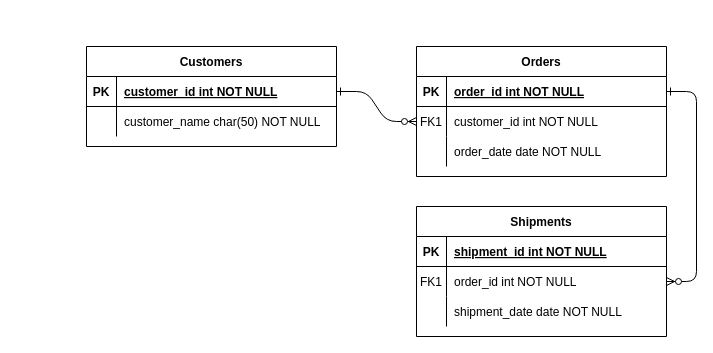
Earlier version of the draw.io diagram Untitled Diagram.drawio (Hasyahaz/ERD). Source tidied: cells renumbered, new cells numbered last; positions are measured from the earlier drawing's top-left corner, leaving out a move shared by most shapes. Both pictures are drawn from the tidied source at 100%, with x=0, y=0 at pixel (86, 46).
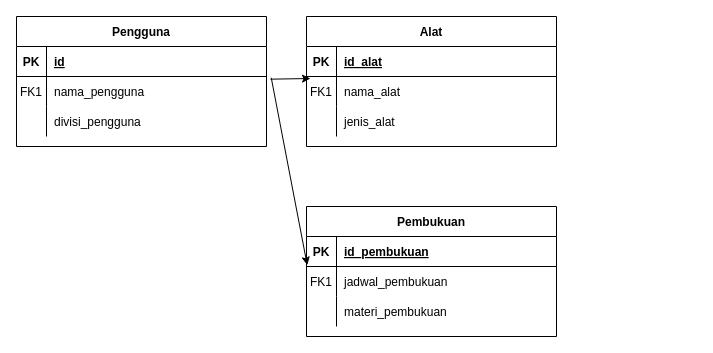
The same page after the edit.

The change refers to these unchanged cells:
```xml
<mxCell id="5" style="shape=partialRectangle;fillColor=none;points=[[0,0.5],[1,0.5]];portConstraint=eastwest;top=0;left=0;right=0;bottom=1;" parent="4" vertex="1">
  <mxGeometry y="30" width="250" height="30" as="geometry" />
</mxCell>
<mxCell id="8" style="shape=partialRectangle;fillColor=none;points=[[0,0.5],[1,0.5]];portConstraint=eastwest;top=0;left=0;right=0;bottom=0;" parent="4" vertex="1">
  <mxGeometry y="60" width="250" height="30" as="geometry" />
</mxCell>
<mxCell id="11" style="shape=partialRectangle;fillColor=none;top=0;left=0;right=0;bottom=0;" parent="4" vertex="1">
  <mxGeometry y="90" width="250" height="30" as="geometry" />
</mxCell>
<mxCell id="15" style="shape=partialRectangle;fillColor=none;top=0;left=0;right=0;bottom=1;" parent="14" vertex="1">
  <mxGeometry y="30" width="250" height="30" as="geometry" />
</mxCell>
<mxCell id="18" style="shape=partialRectangle;fillColor=none;points=[[0,0.5],[1,0.5]];portConstraint=eastwest;top=0;left=0;right=0;bottom=0;" parent="14" vertex="1">
  <mxGeometry y="60" width="250" height="30" as="geometry" />
</mxCell>
<mxCell id="21" style="shape=partialRectangle;fillColor=none;top=0;left=0;right=0;bottom=0;" parent="14" vertex="1">
  <mxGeometry y="90" width="250" height="30" as="geometry" />
</mxCell>
```

What changed in the source:
```diff
@@
-    <mxCell id="2" style="edgeStyle=entityRelationEdgeStyle;endArrow=ERzeroToMany;startArrow=ERone;endFill=1;startFill=0;" parent="1" edge="1" source="25" target="8">
-      <mxGeometry relative="1" as="geometry" />
-    </mxCell>
-    <mxCell id="3" style="edgeStyle=entityRelationEdgeStyle;endArrow=ERzeroToMany;startArrow=ERone;endFill=1;startFill=0;" parent="1" edge="1" source="5" target="18">
-      <mxGeometry relative="1" as="geometry" />
-    </mxCell>
-    <mxCell id="4" value="Orders" style="shape=table;startSize=30;childLayout=tableLayout;rowLines=0;fontStyle=1;align=center;" parent="1" vertex="1">
-      <mxGeometry x="330" width="250" height="130" as="geometry" />
+    <mxCell id="4" value="Pengguna" style="shape=table;startSize=30;childLayout=tableLayout;rowLines=0;fontStyle=1;align=center;" parent="1" vertex="1">
+      <mxGeometry x="-70" y="-30" width="250" height="130" as="geometry" />
     </mxCell>
@@
-    <mxCell id="7" value="order_id int NOT NULL " style="shape=partialRectangle;overflow=hidden;fillColor=none;top=0;left=0;bottom=0;right=0;align=left;spacingLeft=6;fontStyle=5;" parent="5" vertex="1">
+    <mxCell id="7" value="id" style="shape=partialRectangle;overflow=hidden;fillColor=none;top=0;left=0;bottom=0;right=0;align=left;spacingLeft=6;fontStyle=5;" parent="5" vertex="1">
       <mxGeometry x="30" width="220" height="30" as="geometry" />
     </mxCell>
@@
-    <mxCell id="10" value="customer_id int NOT NULL" style="shape=partialRectangle;overflow=hidden;fillColor=none;top=0;left=0;bottom=0;right=0;align=left;spacingLeft=6;" parent="8" vertex="1">
+    <mxCell id="10" value="nama_pengguna " style="shape=partialRectangle;overflow=hidden;fillColor=none;top=0;left=0;bottom=0;right=0;align=left;spacingLeft=6;" parent="8" vertex="1">
       <mxGeometry x="30" width="220" height="30" as="geometry" />
     </mxCell>
@@
-    <mxCell id="13" value="order_date date NOT NULL" style="shape=partialRectangle;overflow=hidden;fillColor=none;top=0;left=0;bottom=0;right=0;align=left;spacingLeft=6;" parent="11" vertex="1">
+    <mxCell id="13" value="divisi_pengguna" style="shape=partialRectangle;overflow=hidden;fillColor=none;top=0;left=0;bottom=0;right=0;align=left;spacingLeft=6;" parent="11" vertex="1">
       <mxGeometry x="30" width="220" height="30" as="geometry" />
     </mxCell>
-    <mxCell id="14" value="Shipments" style="shape=table;startSize=30;childLayout=tableLayout;rowLines=0;fontStyle=1;align=center;" parent="1" vertex="1">
-      <mxGeometry x="330" y="160" width="250" height="130" as="geometry" />
+    <mxCell id="14" value="Pembukuan" style="shape=table;startSize=30;childLayout=tableLayout;rowLines=0;fontStyle=1;align=center;" parent="1" vertex="1">
+      <mxGeometry x="220" y="160" width="250" height="130" as="geometry" />
     </mxCell>
@@
-    <mxCell id="17" value="shipment_id int NOT NULL " style="shape=partialRectangle;overflow=hidden;fillColor=none;top=0;left=0;bottom=0;right=0;align=left;spacingLeft=6;fontStyle=5;" parent="15" vertex="1">
+    <mxCell id="17" value="id_pembukuan" style="shape=partialRectangle;overflow=hidden;fillColor=none;top=0;left=0;bottom=0;right=0;align=left;spacingLeft=6;fontStyle=5;" parent="15" vertex="1">
       <mxGeometry x="30" width="220" height="30" as="geometry" />
     </mxCell>
@@
-    <mxCell id="20" value="order_id int NOT NULL" style="shape=partialRectangle;overflow=hidden;fillColor=none;top=0;left=0;bottom=0;right=0;align=left;spacingLeft=6;" parent="18" vertex="1">
+    <mxCell id="20" value="jadwal_pembukuan" style="shape=partialRectangle;overflow=hidden;fillColor=none;top=0;left=0;bottom=0;right=0;align=left;spacingLeft=6;" parent="18" vertex="1">
       <mxGeometry x="30" width="220" height="30" as="geometry" />
     </mxCell>
@@
-    <mxCell id="23" value="shipment_date date NOT NULL" style="shape=partialRectangle;overflow=hidden;fillColor=none;top=0;left=0;bottom=0;right=0;align=left;spacingLeft=6;" parent="21" vertex="1">
+    <mxCell id="23" value="materi_pembukuan" style="shape=partialRectangle;overflow=hidden;fillColor=none;top=0;left=0;bottom=0;right=0;align=left;spacingLeft=6;" parent="21" vertex="1">
       <mxGeometry x="30" width="220" height="30" as="geometry" />
     </mxCell>
-    <mxCell id="24" value="Customers" style="shape=table;startSize=30;childLayout=tableLayout;rowLines=0;fontStyle=1;align=center;" parent="1" vertex="1">
-      <mxGeometry width="250" height="100" as="geometry" />
-    </mxCell>
+    <mxCell id="31" value="Alat" style="shape=table;startSize=30;childLayout=tableLayout;rowLines=0;fontStyle=1;align=center;" parent="1" vertex="1">
+      <mxGeometry x="220" y="-30" width="250" height="130" as="geometry" />
+    </mxCell>
-    <mxCell id="25" style="shape=partialRectangle;fillColor=none;points=[[0,0.5],[1,0.5]];portConstraint=eastwest;top=0;left=0;right=0;bottom=1;" parent="24" vertex="1">
+    <mxCell id="25" style="shape=partialRectangle;fillColor=none;points=[[0,0.5],[1,0.5]];portConstraint=eastwest;top=0;left=0;right=0;bottom=1;" parent="31" vertex="1">
       <mxGeometry y="30" width="250" height="30" as="geometry" />
     </mxCell>
@@
-    <mxCell id="27" value="customer_id int NOT NULL " style="shape=partialRectangle;overflow=hidden;fillColor=none;top=0;left=0;bottom=0;right=0;align=left;spacingLeft=6;fontStyle=5;" parent="25" vertex="1">
-      <mxGeometry x="30" width="220" height="30" as="geometry" />
-    </mxCell>
+    <mxCell id="32" value="id_alat" style="shape=partialRectangle;overflow=hidden;fillColor=none;top=0;left=0;bottom=0;right=0;align=left;spacingLeft=6;fontStyle=5;" parent="25" vertex="1">
+      <mxGeometry x="30" width="220" height="30" as="geometry" />
+    </mxCell>
-    <mxCell id="28" style="shape=partialRectangle;fillColor=none;points=[[0,0.5],[1,0.5]];portConstraint=eastwest;top=0;left=0;right=0;bottom=0;" parent="24" vertex="1">
+    <mxCell id="28" style="shape=partialRectangle;fillColor=none;points=[[0,0.5],[1,0.5]];portConstraint=eastwest;top=0;left=0;right=0;bottom=0;" parent="31" vertex="1">
       <mxGeometry y="60" width="250" height="30" as="geometry" />
     </mxCell>
+    <mxCell id="33" value="FK1" style="shape=partialRectangle;overflow=hidden;fillColor=none;top=0;left=0;bottom=0;right=0;" parent="28" vertex="1">
+      <mxGeometry width="30" height="30" as="geometry" />
+    </mxCell>
+    <mxCell id="34" value="nama_alat" style="shape=partialRectangle;overflow=hidden;fillColor=none;top=0;left=0;bottom=0;right=0;align=left;spacingLeft=6;" parent="28" vertex="1">
+      <mxGeometry x="30" width="220" height="30" as="geometry" />
+    </mxCell>
+    <mxCell id="35" style="shape=partialRectangle;fillColor=none;top=0;left=0;right=0;bottom=0;" parent="31" vertex="1">
+      <mxGeometry y="90" width="250" height="30" as="geometry" />
+    </mxCell>
-    <mxCell id="29" style="shape=partialRectangle;overflow=hidden;fillColor=none;top=0;left=0;bottom=0;right=0;" parent="28" vertex="1">
+    <mxCell id="29" style="shape=partialRectangle;overflow=hidden;fillColor=none;top=0;left=0;bottom=0;right=0;" parent="35" vertex="1">
       <mxGeometry width="30" height="30" as="geometry" />
     </mxCell>
-    <mxCell id="30" value="customer_name char(50) NOT NULL" style="shape=partialRectangle;overflow=hidden;fillColor=none;top=0;left=0;bottom=0;right=0;align=left;spacingLeft=6;" parent="28" vertex="1">
-      <mxGeometry x="30" width="220" height="30" as="geometry" />
-    </mxCell>
+    <mxCell id="36" value="jenis_alat" style="shape=partialRectangle;overflow=hidden;fillColor=none;top=0;left=0;bottom=0;right=0;align=left;spacingLeft=6;" parent="35" vertex="1">
+      <mxGeometry x="30" width="220" height="30" as="geometry" />
+    </mxCell>
+    <mxCell id="37" style="endArrow=classic;html=1;rounded=0;exitX=1.016;exitY=0.089;exitDx=0;exitDy=0;exitPerimeter=0;entryX=0.016;entryY=0.067;entryDx=0;entryDy=0;entryPerimeter=0;" parent="1" edge="1" source="8" target="28">
+      <mxGeometry relative="1" as="geometry" />
+    </mxCell>
+    <mxCell id="38" style="endArrow=classic;html=1;rounded=0;exitX=1.019;exitY=0.044;exitDx=0;exitDy=0;exitPerimeter=0;entryX=0.003;entryY=-0.044;entryDx=0;entryDy=0;entryPerimeter=0;" parent="1" edge="1" source="8" target="18">
+      <mxGeometry relative="1" as="geometry" />
+    </mxCell>
```
